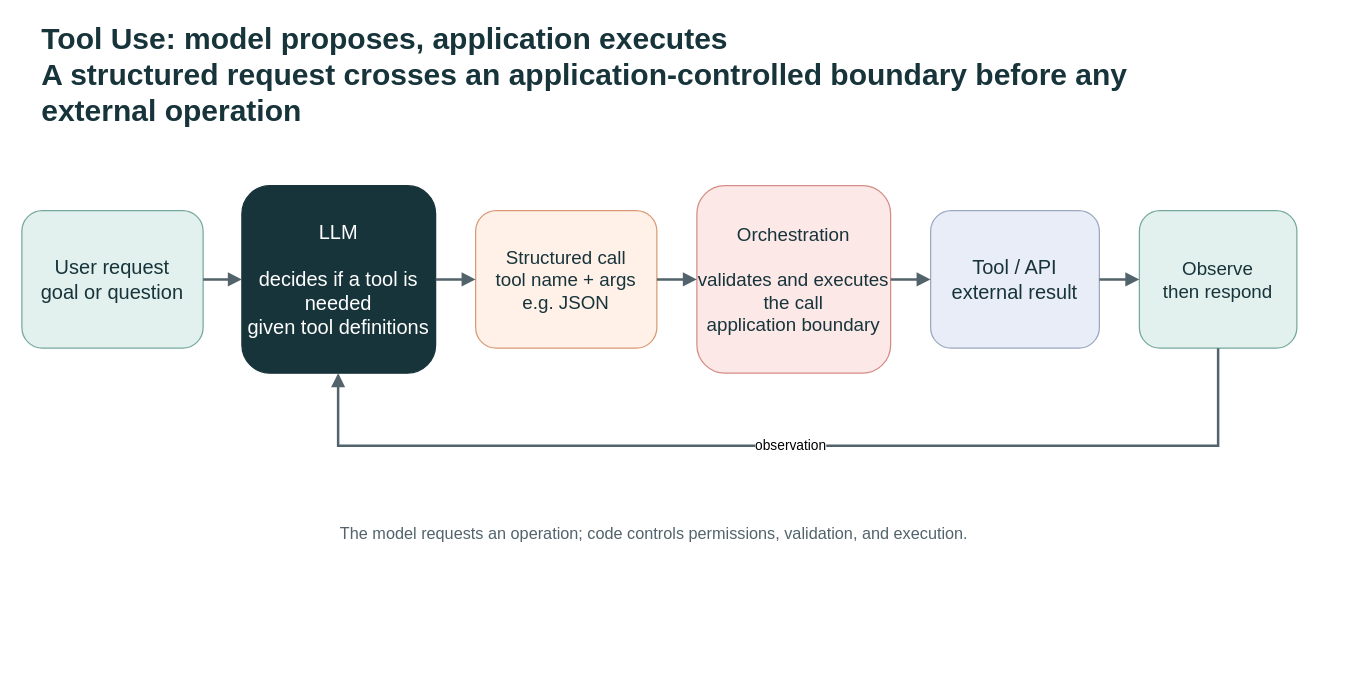
Earlier version of the draw.io diagram docs/images/tool-use-visual-summary.drawio (evoiz/Agentic-Design-Patterns). Source tidied: cells renumbered, new cells numbered last; positions are measured from the earlier drawing's top-left corner, leaving out a move shared by most shapes. Both pictures are drawn from the tidied source at 125%, with x=0, y=0 at pixel (21, 30).
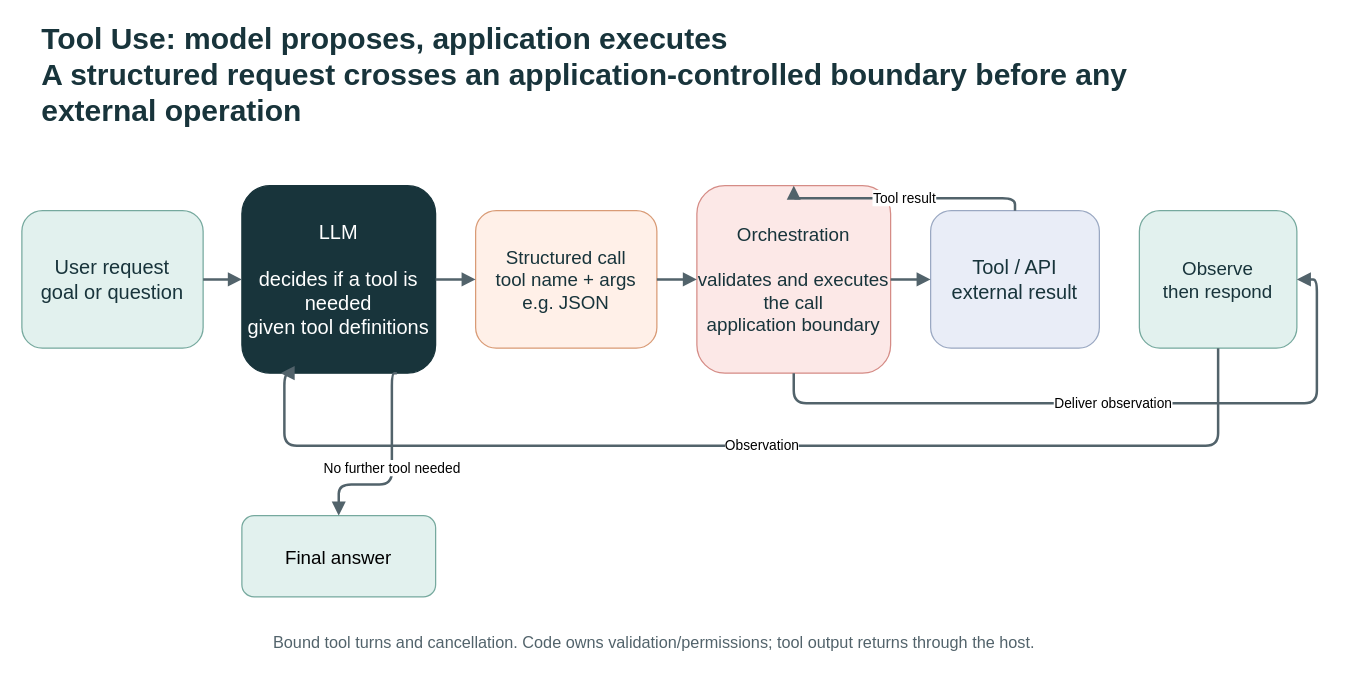
The same diagram, later.

The change refers to these unchanged cells:
```xml
<mxCell id="4" value="LLM&#10;&#10;decides if a tool is needed&#10;given tool definitions" style="rounded=1;whiteSpace=wrap;html=1;fillColor=#18343B;strokeColor=#18343B;fontColor=#FFFFFF;fontSize=16;" parent="1" vertex="1">
  <mxGeometry x="176" y="124" width="155" height="150" as="geometry" />
</mxCell>
<mxCell id="6" value="Orchestration&#10;&#10;validates and executes&#10;the call&#10;application boundary" style="rounded=1;whiteSpace=wrap;html=1;fillColor=#FCE8E7;strokeColor=#D58C86;fontColor=#18343B;fontSize=15;" parent="1" vertex="1">
  <mxGeometry x="540" y="124" width="155" height="150" as="geometry" />
</mxCell>
<mxCell id="7" value="Tool / API&#10;external result" style="rounded=1;whiteSpace=wrap;html=1;fillColor=#E9EDF7;strokeColor=#9AA8C2;fontColor=#18343B;fontSize=16;" parent="1" vertex="1">
  <mxGeometry x="727" y="144" width="135" height="110" as="geometry" />
</mxCell>
<mxCell id="8" value="Observe&#10;then respond" style="rounded=1;whiteSpace=wrap;html=1;fillColor=#E2F1EE;strokeColor=#76A99E;fontColor=#18343B;fontSize=15;" parent="1" vertex="1">
  <mxGeometry x="894" y="144" width="126" height="110" as="geometry" />
</mxCell>
```

What changed in the source:
```diff
@@
-    <mxCell id="13" style="edgeStyle=orthogonalEdgeStyle;rounded=0;jettySize=auto;html=1;endArrow=block;endFill=1;strokeColor=#52636B;strokeWidth=2;" parent="1" edge="1" source="7" target="8">
+    <mxCell id="13" value="Tool result" style="edgeStyle=orthogonalEdgeStyle;html=1;endArrow=block;strokeColor=#52636B;strokeWidth=2;exitX=0.5;exitY=0;entryX=0.5;entryY=0;labelBackgroundColor=#FFFFFF;" parent="1" edge="1" source="7" target="6">
       <mxGeometry relative="1" as="geometry" />
     </mxCell>
+    <mxCell id="16" value="Deliver observation" style="edgeStyle=orthogonalEdgeStyle;html=1;endArrow=block;strokeColor=#52636B;strokeWidth=2;exitX=0.5;exitY=1;entryX=1;entryY=0.5;labelBackgroundColor=#FFFFFF;" parent="1" edge="1" source="6" target="8">
+      <mxGeometry relative="1" as="geometry">
+        <Array as="points">
+          <mxPoint x="617" y="298" />
+          <mxPoint x="1036" y="298" />
+          <mxPoint x="1036" y="199" />
+        </Array>
+      </mxGeometry>
+    </mxCell>
-    <mxCell id="14" value="observation" style="edgeStyle=orthogonalEdgeStyle;rounded=0;jettySize=auto;html=1;endArrow=block;endFill=1;strokeColor=#52636B;strokeWidth=2;" parent="1" edge="1" source="8" target="4">
+    <mxCell id="14" value="Observation" style="edgeStyle=orthogonalEdgeStyle;html=1;endArrow=block;strokeColor=#52636B;strokeWidth=2;exitX=0.5;exitY=1;entryX=0.2;entryY=1;labelBackgroundColor=#FFFFFF;" parent="1" edge="1" source="8" target="4">
       <mxGeometry relative="1" as="geometry">
         <Array as="points">
           <mxPoint x="957" y="332" />
-          <mxPoint x="253" y="332" />
+          <mxPoint x="210" y="332" />
         </Array>
       </mxGeometry>
     </mxCell>
+    <mxCell id="17" value="Final answer" style="rounded=1;whiteSpace=wrap;html=1;fillColor=#E2F1EE;strokeColor=#76A99E;fontSize=15;" parent="1" vertex="1">
+      <mxGeometry x="176" y="388" width="155" height="65" as="geometry" />
+    </mxCell>
+    <mxCell id="18" value="No further tool needed" style="edgeStyle=orthogonalEdgeStyle;html=1;endArrow=block;strokeColor=#52636B;strokeWidth=2;exitX=0.8;exitY=1;entryX=0.5;entryY=0;labelBackgroundColor=#FFFFFF;" parent="1" edge="1" source="4" target="17">
+      <mxGeometry relative="1" as="geometry">
+        <Array as="points">
+          <mxPoint x="296" y="363" />
+          <mxPoint x="253" y="363" />
+        </Array>
+      </mxGeometry>
+    </mxCell>
-    <mxCell id="15" value="The model requests an operation; code controls permissions, validation, and execution." style="text;html=1;align=center;verticalAlign=middle;whiteSpace=wrap;rounded=0;fontSize=13;fontColor=#52636B;" parent="1" vertex="1">
-      <mxGeometry x="126" y="386" width="760" height="32" as="geometry" />
+    <mxCell id="15" value="Bound tool turns and cancellation. Code owns validation/permissions; tool output returns through the host." style="text;html=1;align=center;verticalAlign=middle;whiteSpace=wrap;rounded=0;fontSize=13;fontColor=#52636B;" parent="1" vertex="1">
+      <mxGeometry x="126" y="473" width="760" height="32" as="geometry" />
     </mxCell>
```
